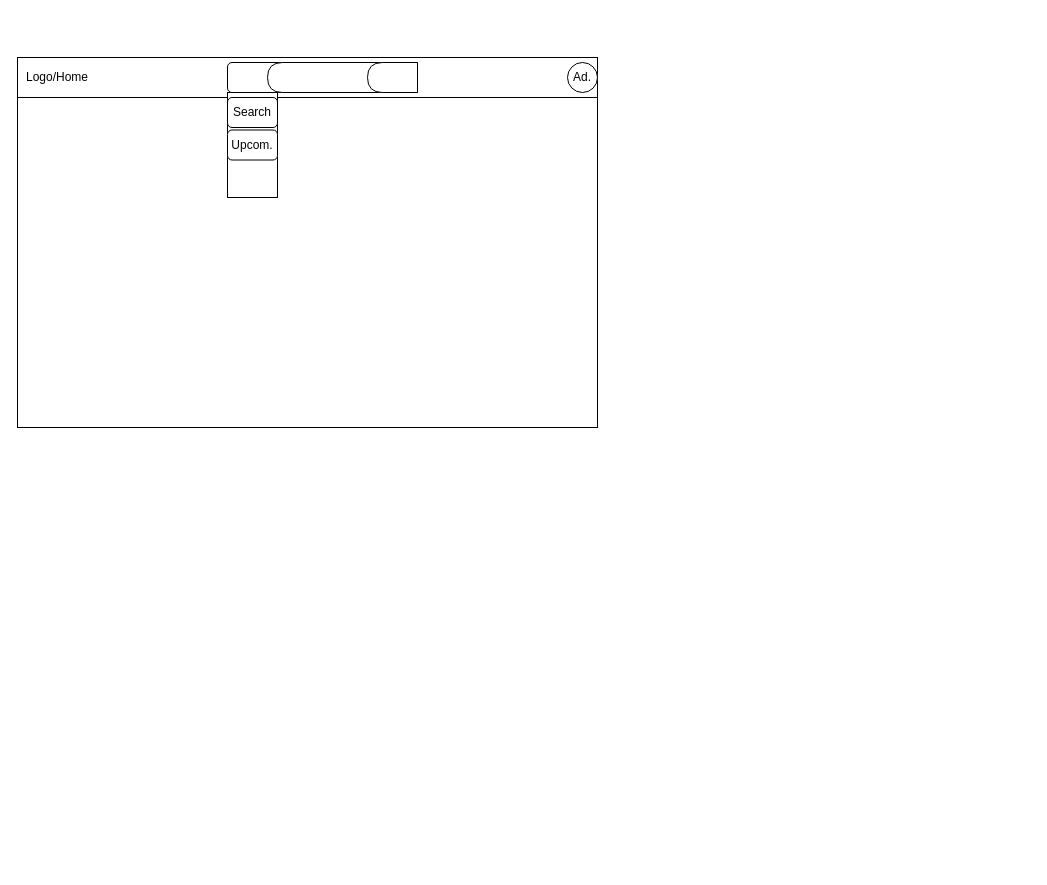
The draw.io diagram frontend.drawio in jls47/monkeyfront_r, before the edit. Source tidied: cells renumbered, new cells numbered last; positions are measured from the earlier drawing's top-left corner, leaving out a move shared by most shapes. Both pictures are drawn from the tidied source at 100%, with x=0, y=0 at pixel (17, 57).
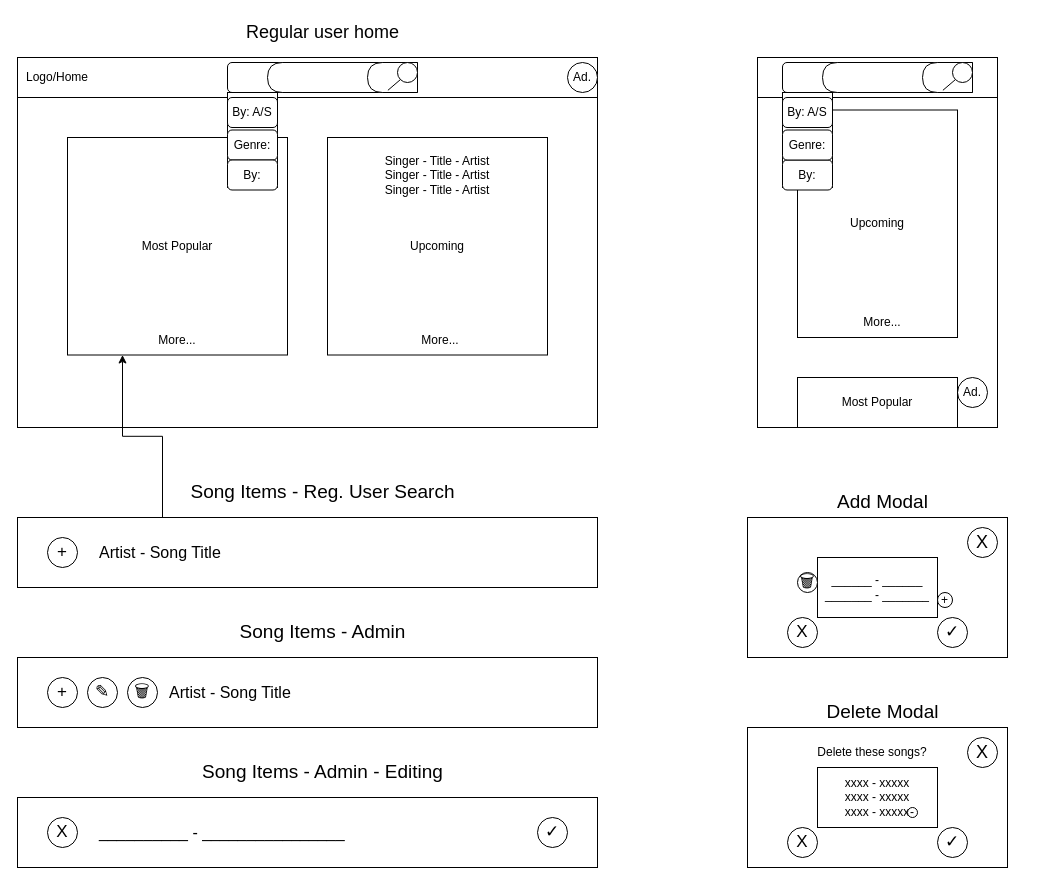
The same page after the edit.

The change refers to these unchanged cells:
```xml
<mxCell id="7" style="shape=delay;whiteSpace=wrap;html=1;rotation=-180;" parent="1" vertex="1">
  <mxGeometry x="350" y="5" width="50" height="30" as="geometry" />
</mxCell>
```

The edit, as a diff of the source:
```diff
@@
+    <mxCell id="12" value="Most Popular" style="rounded=0;whiteSpace=wrap;html=1;" parent="1" vertex="1">
+      <mxGeometry x="50" y="80" width="220" height="217.5" as="geometry" />
+    </mxCell>
     <mxCell id="9" style="rounded=0;whiteSpace=wrap;html=1;" parent="1" vertex="1">
-      <mxGeometry x="210" y="35" width="50" height="105" as="geometry" />
+      <mxGeometry x="210" y="35" width="50" height="95" as="geometry" />
     </mxCell>
-    <mxCell id="10" value="Search" style="rounded=1;whiteSpace=wrap;html=1;" parent="1" vertex="1">
+    <mxCell id="10" value="By: A/S" style="rounded=1;whiteSpace=wrap;html=1;" parent="1" vertex="1">
       <mxGeometry x="210" y="40" width="50" height="30" as="geometry" />
     </mxCell>
-    <mxCell id="11" value="Upcom." style="rounded=1;whiteSpace=wrap;html=1;" parent="1" vertex="1">
+    <mxCell id="11" value="Genre:" style="rounded=1;whiteSpace=wrap;html=1;" parent="1" vertex="1">
       <mxGeometry x="210" y="72.5" width="50" height="30" as="geometry" />
     </mxCell>
+    <mxCell id="13" style="ellipse;whiteSpace=wrap;html=1;" parent="1" vertex="1">
+      <mxGeometry x="380" y="5" width="20" height="20" as="geometry" />
+    </mxCell>
+    <mxCell id="14" style="endArrow=none;html=1;rounded=0;entryX=0;entryY=1;entryDx=0;entryDy=0;exitX=0.592;exitY=0.073;exitDx=0;exitDy=0;exitPerimeter=0;" parent="1" edge="1" source="7" target="13">
+      <mxGeometry relative="1" as="geometry" />
+    </mxCell>
+    <mxCell id="15" value="&lt;font style=&quot;font-size: 18px;&quot;&gt;Regular user home&lt;/font&gt;" style="text;html=1;align=center;verticalAlign=middle;whiteSpace=wrap;rounded=0;" parent="1" vertex="1">
+      <mxGeometry x="193" y="-40" width="225" height="30" as="geometry" />
+    </mxCell>
+    <mxCell id="16" value="Upcoming" style="rounded=0;whiteSpace=wrap;html=1;" parent="1" vertex="1">
+      <mxGeometry x="310" y="80" width="220" height="217.5" as="geometry" />
+    </mxCell>
+    <mxCell id="17" value="By:" style="rounded=1;whiteSpace=wrap;html=1;" parent="1" vertex="1">
+      <mxGeometry x="210" y="102.5" width="50" height="30" as="geometry" />
+    </mxCell>
+    <mxCell id="18" style="rounded=0;whiteSpace=wrap;html=1;" parent="1" vertex="1">
+      <mxGeometry x="740" width="240" height="370" as="geometry" />
+    </mxCell>
+    <mxCell id="19" style="rounded=0;whiteSpace=wrap;html=1;" parent="1" vertex="1">
+      <mxGeometry x="740" width="240" height="40" as="geometry" />
+    </mxCell>
+    <mxCell id="20" value="Ad." style="ellipse;whiteSpace=wrap;html=1;" parent="1" vertex="1">
+      <mxGeometry x="940" y="320" width="30" height="30" as="geometry" />
+    </mxCell>
+    <mxCell id="21" style="rounded=1;whiteSpace=wrap;html=1;" parent="1" vertex="1">
+      <mxGeometry x="765" y="5" width="190" height="30" as="geometry" />
+    </mxCell>
+    <mxCell id="22" style="shape=delay;whiteSpace=wrap;html=1;rotation=-180;" parent="1" vertex="1">
+      <mxGeometry x="805" y="5" width="150" height="30" as="geometry" />
+    </mxCell>
+    <mxCell id="23" style="shape=delay;whiteSpace=wrap;html=1;rotation=-180;" parent="1" vertex="1">
+      <mxGeometry x="905" y="5" width="50" height="30" as="geometry" />
+    </mxCell>
+    <mxCell id="24" style="ellipse;whiteSpace=wrap;html=1;" parent="1" vertex="1">
+      <mxGeometry x="935" y="5" width="20" height="20" as="geometry" />
+    </mxCell>
+    <mxCell id="25" style="endArrow=none;html=1;rounded=0;entryX=0;entryY=1;entryDx=0;entryDy=0;exitX=0.592;exitY=0.073;exitDx=0;exitDy=0;exitPerimeter=0;" parent="1" edge="1" source="23" target="24">
+      <mxGeometry relative="1" as="geometry" />
+    </mxCell>
+    <mxCell id="26" value="Upcoming" style="rounded=0;whiteSpace=wrap;html=1;" parent="1" vertex="1">
+      <mxGeometry x="780" y="52.5" width="160" height="227.5" as="geometry" />
+    </mxCell>
+    <mxCell id="27" style="rounded=0;whiteSpace=wrap;html=1;" parent="1" vertex="1">
+      <mxGeometry x="765" y="35" width="50" height="95" as="geometry" />
+    </mxCell>
+    <mxCell id="28" value="By:" style="rounded=1;whiteSpace=wrap;html=1;" parent="1" vertex="1">
+      <mxGeometry x="765" y="102.5" width="50" height="30" as="geometry" />
+    </mxCell>
+    <mxCell id="29" value="Genre:" style="rounded=1;whiteSpace=wrap;html=1;" parent="1" vertex="1">
+      <mxGeometry x="765" y="72.5" width="50" height="30" as="geometry" />
+    </mxCell>
+    <mxCell id="30" value="By: A/S" style="rounded=1;whiteSpace=wrap;html=1;" parent="1" vertex="1">
+      <mxGeometry x="765" y="40" width="50" height="30" as="geometry" />
+    </mxCell>
+    <mxCell id="31" value="Most Popular" style="rounded=0;whiteSpace=wrap;html=1;" parent="1" vertex="1">
+      <mxGeometry x="780" y="320" width="160" height="50" as="geometry" />
+    </mxCell>
+    <mxCell id="32" style="edgeStyle=orthogonalEdgeStyle;rounded=0;jettySize=auto;html=1;exitX=0.25;exitY=0;exitDx=0;exitDy=0;entryX=0.25;entryY=1;entryDx=0;entryDy=0;" parent="1" edge="1" source="33" target="12">
+      <mxGeometry relative="1" as="geometry" />
+    </mxCell>
+    <mxCell id="33" style="rounded=0;whiteSpace=wrap;html=1;" parent="1" vertex="1">
+      <mxGeometry y="460" width="580" height="70" as="geometry" />
+    </mxCell>
+    <mxCell id="34" value="&lt;font style=&quot;font-size: 19px;&quot;&gt;Song Items - Reg. User Search&lt;/font&gt;" style="text;html=1;align=center;verticalAlign=middle;whiteSpace=wrap;rounded=0;" parent="1" vertex="1">
+      <mxGeometry x="158" y="420" width="295" height="30" as="geometry" />
+    </mxCell>
+    <mxCell id="35" value="&lt;font style=&quot;font-size: 16px;&quot;&gt;Artist - Song Title&lt;/font&gt;" style="text;html=1;align=left;verticalAlign=middle;whiteSpace=wrap;rounded=0;" parent="1" vertex="1">
+      <mxGeometry x="80" y="480" width="460" height="30" as="geometry" />
+    </mxCell>
+    <mxCell id="36" value="&lt;font style=&quot;font-size: 17px;&quot;&gt;+&lt;/font&gt;" style="ellipse;whiteSpace=wrap;html=1;" parent="1" vertex="1">
+      <mxGeometry x="30" y="480" width="30" height="30" as="geometry" />
+    </mxCell>
+    <mxCell id="37" style="rounded=0;whiteSpace=wrap;html=1;" parent="1" vertex="1">
+      <mxGeometry x="730" y="460" width="260" height="140" as="geometry" />
+    </mxCell>
+    <mxCell id="38" value="&lt;font style=&quot;font-size: 19px;&quot;&gt;Add Modal&lt;/font&gt;" style="text;html=1;align=center;verticalAlign=middle;whiteSpace=wrap;rounded=0;" parent="1" vertex="1">
+      <mxGeometry x="717.5" y="430" width="295" height="30" as="geometry" />
+    </mxCell>
+    <mxCell id="39" value="&lt;font style=&quot;font-size: 18px;&quot;&gt;X&lt;/font&gt;" style="ellipse;whiteSpace=wrap;html=1;" parent="1" vertex="1">
+      <mxGeometry x="950" y="470" width="30" height="30" as="geometry" />
+    </mxCell>
+    <mxCell id="40" style="rounded=0;whiteSpace=wrap;html=1;" parent="1" vertex="1">
+      <mxGeometry x="730" y="670" width="260" height="140" as="geometry" />
+    </mxCell>
+    <mxCell id="41" value="&lt;font style=&quot;font-size: 19px;&quot;&gt;Delete Modal&lt;/font&gt;" style="text;html=1;align=center;verticalAlign=middle;whiteSpace=wrap;rounded=0;" parent="1" vertex="1">
+      <mxGeometry x="717.5" y="640" width="295" height="30" as="geometry" />
+    </mxCell>
+    <mxCell id="42" value="&lt;font style=&quot;font-size: 18px;&quot;&gt;X&lt;/font&gt;" style="ellipse;whiteSpace=wrap;html=1;" parent="1" vertex="1">
+      <mxGeometry x="950" y="680" width="30" height="30" as="geometry" />
+    </mxCell>
+    <mxCell id="43" style="rounded=0;whiteSpace=wrap;html=1;" parent="1" vertex="1">
+      <mxGeometry y="600" width="580" height="70" as="geometry" />
+    </mxCell>
+    <mxCell id="44" value="&lt;font style=&quot;font-size: 19px;&quot;&gt;Song Items - Admin&lt;/font&gt;" style="text;html=1;align=center;verticalAlign=middle;whiteSpace=wrap;rounded=0;" parent="1" vertex="1">
+      <mxGeometry x="158" y="560" width="295" height="30" as="geometry" />
+    </mxCell>
+    <mxCell id="45" value="&lt;font style=&quot;font-size: 16px;&quot;&gt;Artist - Song Title&lt;/font&gt;" style="text;html=1;align=left;verticalAlign=middle;whiteSpace=wrap;rounded=0;" parent="1" vertex="1">
+      <mxGeometry x="150" y="620" width="390" height="30" as="geometry" />
+    </mxCell>
+    <mxCell id="46" value="&lt;font style=&quot;font-size: 17px;&quot;&gt;+&lt;/font&gt;" style="ellipse;whiteSpace=wrap;html=1;" parent="1" vertex="1">
+      <mxGeometry x="30" y="620" width="30" height="30" as="geometry" />
+    </mxCell>
+    <mxCell id="47" value="&lt;font style=&quot;font-size: 17px;&quot;&gt;✎&lt;/font&gt;" style="ellipse;whiteSpace=wrap;html=1;" parent="1" vertex="1">
+      <mxGeometry x="70" y="620" width="30" height="30" as="geometry" />
+    </mxCell>
+    <mxCell id="48" value="&lt;font style=&quot;font-size: 17px;&quot;&gt;🗑&lt;/font&gt;" style="ellipse;whiteSpace=wrap;html=1;" parent="1" vertex="1">
+      <mxGeometry x="110" y="620" width="30" height="30" as="geometry" />
+    </mxCell>
+    <mxCell id="49" style="rounded=0;whiteSpace=wrap;html=1;" parent="1" vertex="1">
+      <mxGeometry y="740" width="580" height="70" as="geometry" />
+    </mxCell>
+    <mxCell id="50" value="&lt;font style=&quot;font-size: 19px;&quot;&gt;Song Items - Admin - Editing&lt;/font&gt;" style="text;html=1;align=center;verticalAlign=middle;whiteSpace=wrap;rounded=0;" parent="1" vertex="1">
+      <mxGeometry x="158" y="700" width="295" height="30" as="geometry" />
+    </mxCell>
+    <mxCell id="51" value="&lt;font style=&quot;font-size: 16px;&quot;&gt;__________ - ________________&lt;/font&gt;" style="text;html=1;align=left;verticalAlign=middle;whiteSpace=wrap;rounded=0;" parent="1" vertex="1">
+      <mxGeometry x="80" y="760" width="390" height="30" as="geometry" />
+    </mxCell>
+    <mxCell id="52" value="&lt;font style=&quot;font-size: 17px;&quot;&gt;X&lt;/font&gt;" style="ellipse;whiteSpace=wrap;html=1;" parent="1" vertex="1">
+      <mxGeometry x="30" y="760" width="30" height="30" as="geometry" />
+    </mxCell>
+    <mxCell id="53" value="&lt;font style=&quot;font-size: 17px;&quot;&gt;✓&lt;/font&gt;" style="ellipse;whiteSpace=wrap;html=1;" parent="1" vertex="1">
+      <mxGeometry x="520" y="760" width="30" height="30" as="geometry" />
+    </mxCell>
+    <mxCell id="54" value="Delete these songs?" style="text;html=1;align=center;verticalAlign=middle;whiteSpace=wrap;rounded=0;" parent="1" vertex="1">
+      <mxGeometry x="770" y="680" width="170" height="30" as="geometry" />
+    </mxCell>
+    <mxCell id="55" value="xxxx - xxxxx&lt;br&gt;xxxx - xxxxx&lt;br&gt;xxxx - xxxxx" style="rounded=0;whiteSpace=wrap;html=1;" parent="1" vertex="1">
+      <mxGeometry x="800" y="710" width="120" height="60" as="geometry" />
+    </mxCell>
+    <mxCell id="56" value="&lt;font style=&quot;font-size: 17px;&quot;&gt;✓&lt;/font&gt;" style="ellipse;whiteSpace=wrap;html=1;" parent="1" vertex="1">
+      <mxGeometry x="920" y="770" width="30" height="30" as="geometry" />
+    </mxCell>
+    <mxCell id="57" value="&lt;font style=&quot;font-size: 17px;&quot;&gt;X&lt;/font&gt;" style="ellipse;whiteSpace=wrap;html=1;" parent="1" vertex="1">
+      <mxGeometry x="770" y="770" width="30" height="30" as="geometry" />
+    </mxCell>
+    <mxCell id="58" value="______ - ______&lt;br&gt;_______ - _______" style="rounded=0;whiteSpace=wrap;html=1;" parent="1" vertex="1">
+      <mxGeometry x="800" y="500" width="120" height="60" as="geometry" />
+    </mxCell>
+    <mxCell id="59" value="&lt;font style=&quot;font-size: 17px;&quot;&gt;✓&lt;/font&gt;" style="ellipse;whiteSpace=wrap;html=1;" parent="1" vertex="1">
+      <mxGeometry x="920" y="560" width="30" height="30" as="geometry" />
+    </mxCell>
+    <mxCell id="60" value="&lt;font style=&quot;font-size: 17px;&quot;&gt;X&lt;/font&gt;" style="ellipse;whiteSpace=wrap;html=1;" parent="1" vertex="1">
+      <mxGeometry x="770" y="560" width="30" height="30" as="geometry" />
+    </mxCell>
+    <mxCell id="61" value="+" style="ellipse;whiteSpace=wrap;html=1;" parent="1" vertex="1">
+      <mxGeometry x="920" y="535" width="15" height="15" as="geometry" />
+    </mxCell>
+    <mxCell id="62" value="&lt;font style=&quot;font-size: 17px;&quot;&gt;🗑&lt;/font&gt;" style="ellipse;whiteSpace=wrap;html=1;" parent="1" vertex="1">
+      <mxGeometry x="780" y="515" width="20" height="20" as="geometry" />
+    </mxCell>
+    <mxCell id="63" value="More..." style="text;html=1;align=center;verticalAlign=middle;whiteSpace=wrap;rounded=0;" parent="1" vertex="1">
+      <mxGeometry x="130" y="267.5" width="60" height="30" as="geometry" />
+    </mxCell>
+    <mxCell id="64" value="More..." style="text;html=1;align=center;verticalAlign=middle;whiteSpace=wrap;rounded=0;" parent="1" vertex="1">
+      <mxGeometry x="393" y="267.5" width="60" height="30" as="geometry" />
+    </mxCell>
+    <mxCell id="65" value="More..." style="text;html=1;align=center;verticalAlign=middle;whiteSpace=wrap;rounded=0;" parent="1" vertex="1">
+      <mxGeometry x="835" y="250" width="60" height="30" as="geometry" />
+    </mxCell>
+    <mxCell id="66" value="Singer - Title - Artist&lt;br&gt;Singer - Title - Artist&lt;br&gt;Singer - Title - Artist" style="text;html=1;align=center;verticalAlign=middle;whiteSpace=wrap;rounded=0;" parent="1" vertex="1">
+      <mxGeometry x="320" y="102.5" width="200" height="30" as="geometry" />
+    </mxCell>
+    <mxCell id="67" value="-" style="ellipse;whiteSpace=wrap;html=1;" parent="1" vertex="1">
+      <mxGeometry x="890" y="750" width="10" height="10" as="geometry" />
+    </mxCell>
```
